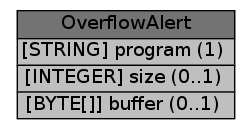
Before: idmef/graph/OverflowAlert.png, a diagram exported from Graphviz (Moutix/idmef_parser). Its source is kept beside it as idmef/graph/OverflowAlert.dot. Source of this version:
```dot
digraph OverflowAlert {
	graph [rankdir=LR];
	node [label="\N"];
	graph [bb="0,0,180,88"];
	OverflowAlert [label=<<table BORDER="0" CELLBORDER="1" CELLSPACING="0"> <tr > <td BGCOLOR="#737373" HREF="#" TITLE="The OverflowAlert carries additional information related to buffer overflow attacks. It is intended to enable an analyzer to provide the details of the overflow attack itself. ">OverflowAlert</td> </tr>" %<tr><td BGCOLOR="#BFBFBF" HREF="#" TITLE="The program that the overflow attack attempted to run (NOTE: this is not the program that was attacked).">[STRING] program (1) </td></tr>%<tr><td BGCOLOR="#BFBFBF" HREF="#" TITLE="The size, in bytes, of the overflow (i.e., the number of bytes the attacker sent).">[INTEGER] size (0..1) </td></tr>%<tr><td BGCOLOR="#BFBFBF" HREF="#" TITLE="Some or all of the overflow data itself (dependent on how much the analyzer can capture).">[BYTE[]] buffer (0..1) </td></tr>%</table>>, shape=plaintext, pos="90,44", width="2.4722", height="1.2361"];
}
```
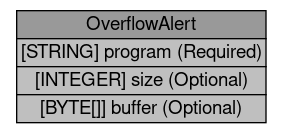
Later version of the same file.

The edit, as a diff of the source:
```diff
@@ -1,6 +1,11 @@
 digraph OverflowAlert {
-	graph [rankdir=LR];
+	graph [bb="0,0,203,92",
+		rankdir=LR
+	];
 	node [label="\N"];
-	graph [bb="0,0,180,88"];
-	OverflowAlert [label=<<table BORDER="0" CELLBORDER="1" CELLSPACING="0"> <tr > <td BGCOLOR="#737373" HREF="#" TITLE="The OverflowAlert carries additional information related to buffer overflow attacks. It is intended to enable an analyzer to provide the details of the overflow attack itself. ">OverflowAlert</td> </tr>" %<tr><td BGCOLOR="#BFBFBF" HREF="#" TITLE="The program that the overflow attack attempted to run (NOTE: this is not the program that was attacked).">[STRING] program (1) </td></tr>%<tr><td BGCOLOR="#BFBFBF" HREF="#" TITLE="The size, in bytes, of the overflow (i.e., the number of bytes the attacker sent).">[INTEGER] size (0..1) </td></tr>%<tr><td BGCOLOR="#BFBFBF" HREF="#" TITLE="Some or all of the overflow data itself (dependent on how much the analyzer can capture).">[BYTE[]] buffer (0..1) </td></tr>%</table>>, shape=plaintext, pos="90,44", width="2.4722", height="1.2361"];
+	OverflowAlert	 [height=1.2778,
+		label=<<table BORDER="0" CELLBORDER="1" CELLSPACING="0"> <tr> <td BGCOLOR="#999999" HREF="#" TITLE="The OverflowAlert carries additional information related to buffer overflow attacks. It is intended to enable an analyzer to provide the details of the overflow attack itself. "><FONT FACE="Nimbus Sans L">OverflowAlert</FONT></td> </tr>" %<tr><td BGCOLOR="#BFBFBF"  HREF="#" TITLE="The program that the overflow attack attempted to run (NOTE: this is not the program that was attacked)."><FONT FACE="Nimbus Sans L">[STRING] program (Required)</FONT></td></tr>%<tr><td BGCOLOR="#BFBFBF"  HREF="#" TITLE="The size, in bytes, of the overflow (i.e., the number of bytes the attacker sent)."><FONT FACE="Nimbus Sans L">[INTEGER] size (Optional)</FONT></td></tr>%<tr><td BGCOLOR="#BFBFBF"  HREF="#" TITLE="Some or all of the overflow data itself (dependent on how much the analyzer can capture)."><FONT FACE="Nimbus Sans L">[BYTE[]] buffer (Optional)</FONT></td></tr>%</table>>,
+		pos="101.5,46",
+		shape=plaintext,
+		width=2.8194];
 }
```
